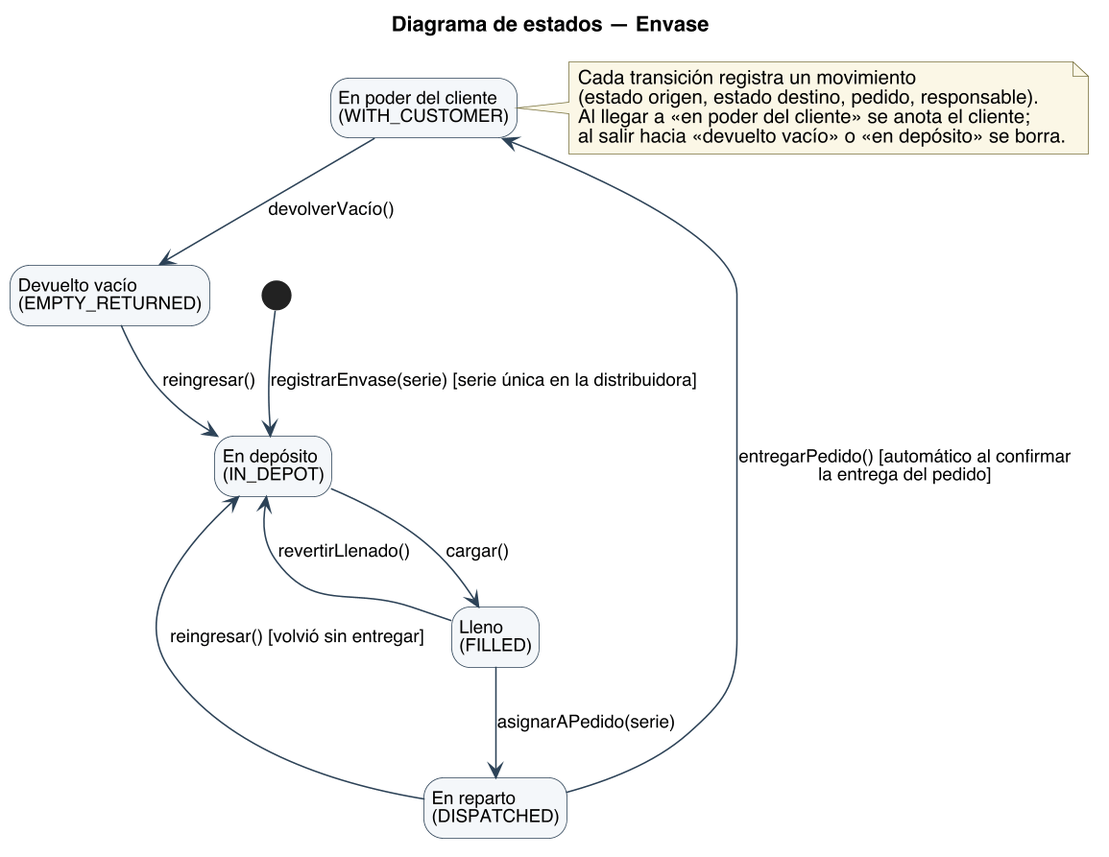
Before: diagramas/uml/UML_Estados_Envase.png, a diagram exported from PlantUML (Nahuelito-Dev/splg-docs).
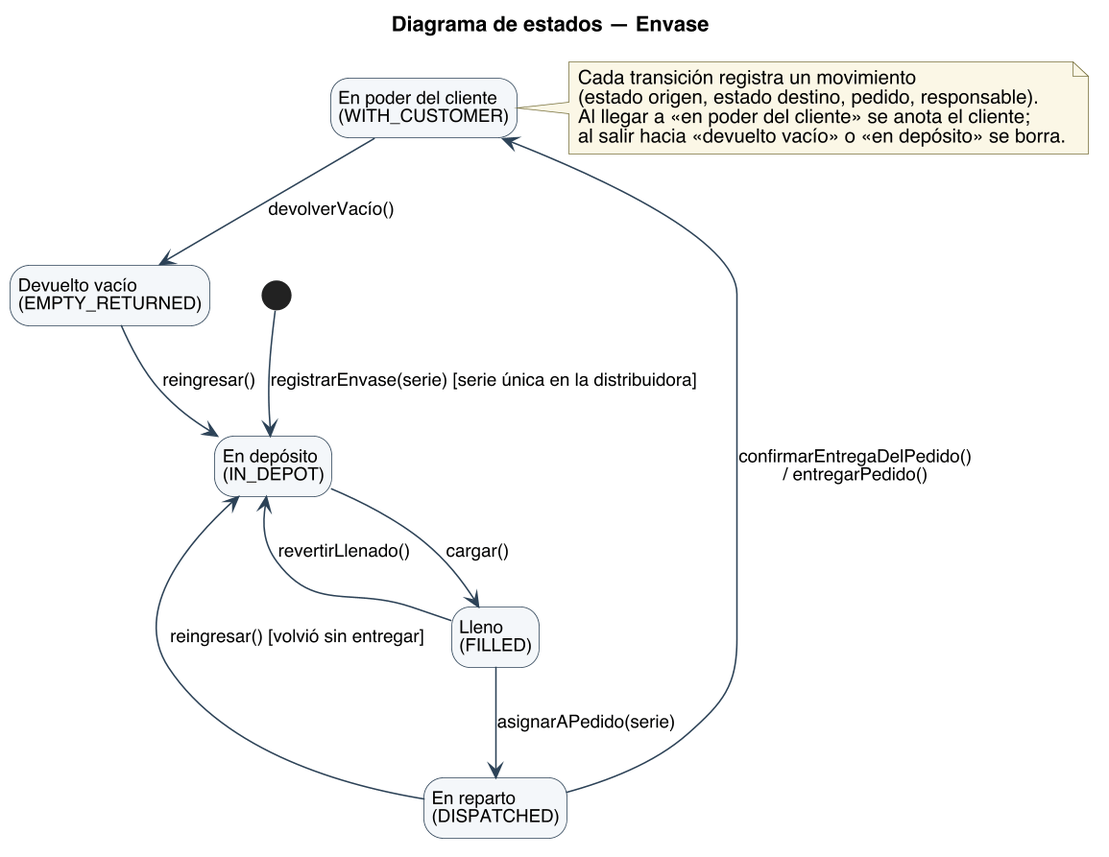
The same diagram one commit later.

The edit, as a diff of the source:
```diff
@@ -27,7 +27,7 @@
 IN_DEPOT --> FILLED : cargar()
 FILLED --> DISPATCHED : asignarAPedido(serie)
 FILLED --> IN_DEPOT : revertirLlenado()
-DISPATCHED --> WITH_CUSTOMER : entregarPedido() [automático al confirmar\nla entrega del pedido]
+DISPATCHED --> WITH_CUSTOMER : confirmarEntregaDelPedido()\n/ entregarPedido()
 DISPATCHED --> IN_DEPOT : reingresar() [volvió sin entregar]
 WITH_CUSTOMER --> EMPTY_RETURNED : devolverVacío()
 EMPTY_RETURNED --> IN_DEPOT : reingresar()
```
